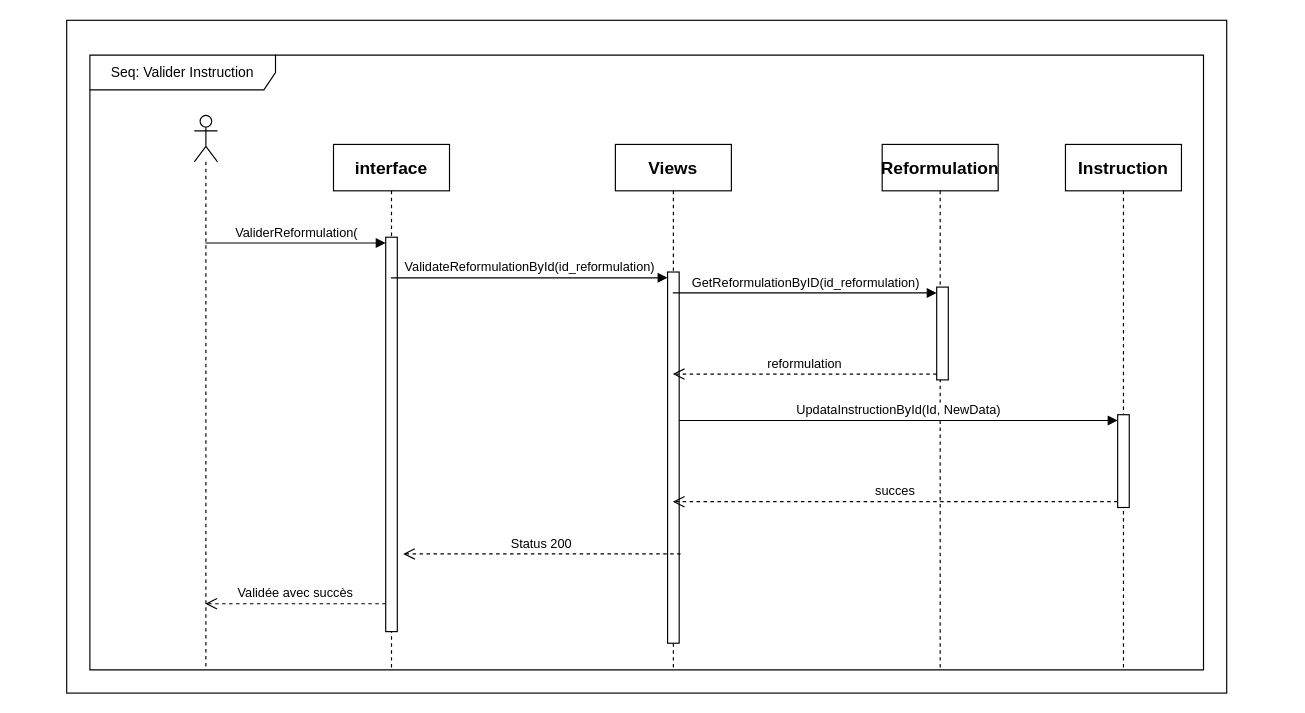
This is valider_reformulation.drawio from CabrelFeukeng/pp, a draw.io file, before an edit. Source tidied: cells renumbered, new cells numbered last; positions are measured from the earlier drawing's top-left corner, leaving out a move shared by most shapes. Both pictures are drawn from the tidied source at 116%, with x=0, y=0 at pixel (66, 20).
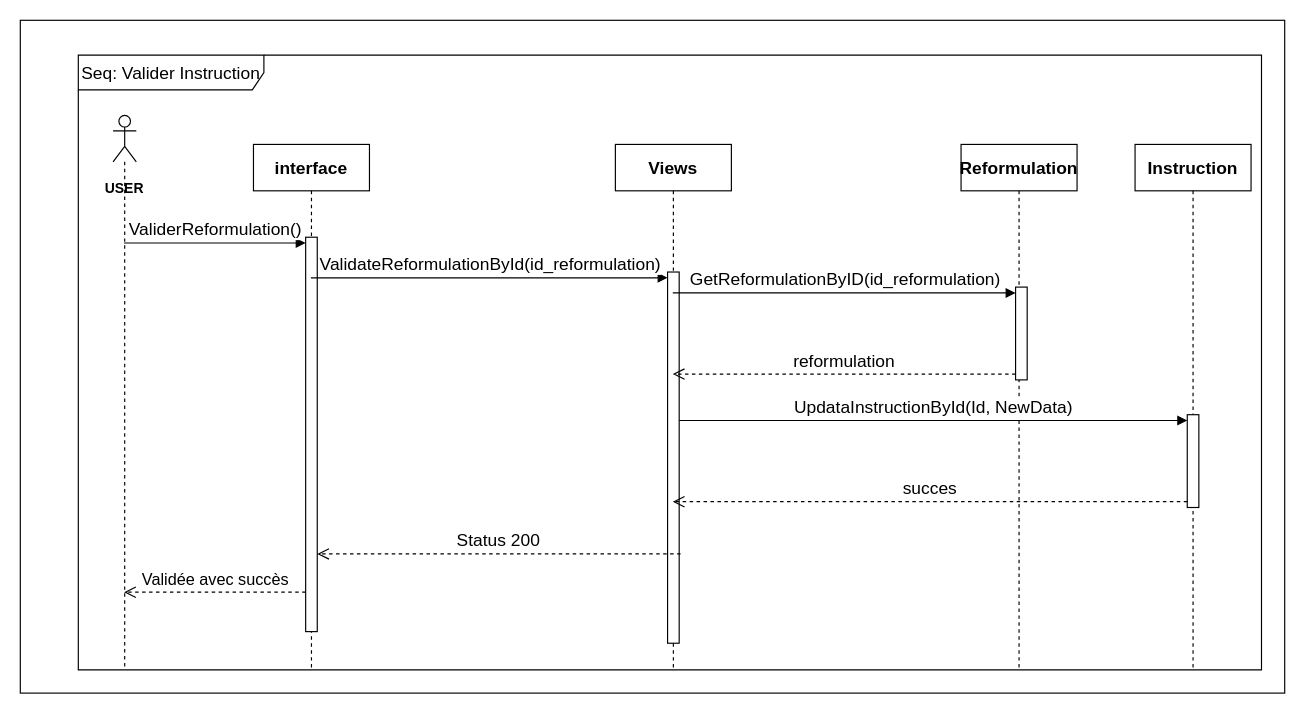
The same page after the edit.

Commit message:
Mettre à jour valider_reformulation.drawio

Unchanged cells that the change refers to:
```xml
<mxCell id="5" style="html=1;points=[[0,0,0,0,5],[0,1,0,0,-5],[1,0,0,0,5],[1,1,0,0,-5]];perimeter=orthogonalPerimeter;outlineConnect=0;targetShapes=umlLifeline;portConstraint=eastwest;newEdgeStyle={&quot;curved&quot;:0,&quot;rounded&quot;:0};" parent="4" vertex="1">
  <mxGeometry x="45" y="80" width="10" height="340" as="geometry" />
</mxCell>
<mxCell id="6" value="&lt;font style=&quot;font-size: 15px;&quot;&gt;&lt;b&gt;Views&lt;/b&gt;&lt;/font&gt;" style="shape=umlLifeline;perimeter=lifelinePerimeter;whiteSpace=wrap;html=1;outlineConnect=0;portConstraint=eastwest;newEdgeStyle={&quot;curved&quot;:0,&quot;rounded&quot;:0};" parent="1" vertex="1">
  <mxGeometry x="473" y="107" width="100" height="453" as="geometry" />
</mxCell>
<mxCell id="7" style="html=1;points=[[0,0,0,0,5],[0,1,0,0,-5],[1,0,0,0,5],[1,1,0,0,-5]];perimeter=orthogonalPerimeter;outlineConnect=0;targetShapes=umlLifeline;portConstraint=eastwest;newEdgeStyle={&quot;curved&quot;:0,&quot;rounded&quot;:0};" parent="6" vertex="1">
  <mxGeometry x="45" y="110" width="10" height="320" as="geometry" />
</mxCell>
<mxCell id="9" style="html=1;points=[[0,0,0,0,5],[0,1,0,0,-5],[1,0,0,0,5],[1,1,0,0,-5]];perimeter=orthogonalPerimeter;outlineConnect=0;targetShapes=umlLifeline;portConstraint=eastwest;newEdgeStyle={&quot;curved&quot;:0,&quot;rounded&quot;:0};" parent="8" vertex="1">
  <mxGeometry x="47" y="123" width="10" height="80" as="geometry" />
</mxCell>
<mxCell id="11" style="html=1;points=[[0,0,0,0,5],[0,1,0,0,-5],[1,0,0,0,5],[1,1,0,0,-5]];perimeter=orthogonalPerimeter;outlineConnect=0;targetShapes=umlLifeline;portConstraint=eastwest;newEdgeStyle={&quot;curved&quot;:0,&quot;rounded&quot;:0};" parent="10" vertex="1">
  <mxGeometry x="45" y="233" width="10" height="80" as="geometry" />
</mxCell>
```

The edit, as a diff of the source:
```diff
@@
     <mxCell id="2" style="rounded=0;whiteSpace=wrap;html=1;" parent="1" vertex="1">
-      <mxGeometry width="1000" height="580" as="geometry" />
+      <mxGeometry x="-40" width="1090" height="580" as="geometry" />
     </mxCell>
     <mxCell id="3" style="shape=umlLifeline;perimeter=lifelinePerimeter;whiteSpace=wrap;html=1;outlineConnect=0;portConstraint=eastwest;newEdgeStyle={&quot;curved&quot;:0,&quot;rounded&quot;:0};participant=umlActor;" parent="1" vertex="1">
-      <mxGeometry x="110" y="82" width="20" height="478" as="geometry" />
+      <mxGeometry x="40" y="82" width="20" height="478" as="geometry" />
     </mxCell>
     <mxCell id="4" value="&lt;b&gt;&lt;font style=&quot;font-size: 15px;&quot;&gt;interface&lt;/font&gt;&lt;/b&gt;" style="shape=umlLifeline;perimeter=lifelinePerimeter;whiteSpace=wrap;html=1;outlineConnect=0;portConstraint=eastwest;newEdgeStyle={&quot;curved&quot;:0,&quot;rounded&quot;:0};" parent="1" vertex="1">
-      <mxGeometry x="230" y="107" width="100" height="453" as="geometry" />
+      <mxGeometry x="161" y="107" width="100" height="453" as="geometry" />
     </mxCell>
@@
     <mxCell id="8" value="&lt;font style=&quot;font-size: 15px;&quot;&gt;&lt;b&gt;Reformulation&lt;/b&gt;&lt;/font&gt;" style="shape=umlLifeline;perimeter=lifelinePerimeter;whiteSpace=wrap;html=1;newEdgeStyle={&quot;curved&quot;:0,&quot;rounded&quot;:0};" parent="1" vertex="1">
-      <mxGeometry x="703" y="107" width="100" height="453" as="geometry" />
+      <mxGeometry x="771" y="107" width="100" height="453" as="geometry" />
     </mxCell>
@@
     <mxCell id="10" value="&lt;font style=&quot;font-size: 15px;&quot;&gt;&lt;b&gt;Instruction&lt;/b&gt;&lt;/font&gt;" style="shape=umlLifeline;perimeter=lifelinePerimeter;whiteSpace=wrap;html=1;newEdgeStyle={&quot;curved&quot;:0,&quot;rounded&quot;:0};" parent="1" vertex="1">
-      <mxGeometry x="861" y="107" width="100" height="453" as="geometry" />
+      <mxGeometry x="921" y="107" width="100" height="453" as="geometry" />
     </mxCell>
@@
-    <mxCell id="12" value="ValiderReformulation(" style="html=1;verticalAlign=bottom;endArrow=block;curved=0;rounded=0;entryX=0;entryY=0;entryDx=0;entryDy=5;" parent="1" edge="1" source="3" target="5">
+    <mxCell id="12" value="&lt;font style=&quot;font-size: 15px;&quot;&gt;ValiderReformulation()&lt;/font&gt;" style="html=1;verticalAlign=bottom;endArrow=block;curved=0;rounded=0;entryX=0;entryY=0;entryDx=0;entryDy=5;" parent="1" edge="1" source="3" target="5">
       <mxGeometry relative="1" as="geometry" />
     </mxCell>
-    <mxCell id="13" value="Validée avec succès" style="html=1;verticalAlign=bottom;endArrow=open;dashed=1;endSize=8;curved=0;rounded=0;exitX=0;exitY=1;exitDx=0;exitDy=-5;" parent="1" edge="1" target="3">
+    <mxCell id="13" value="&lt;font style=&quot;font-size: 14px;&quot;&gt;Validée avec succès&lt;/font&gt;" style="html=1;verticalAlign=bottom;endArrow=open;dashed=1;endSize=8;curved=0;rounded=0;" parent="1" edge="1">
       <mxGeometry relative="1" as="geometry">
-        <mxPoint x="275" y="503" as="sourcePoint" />
+        <mxPoint x="206" y="493" as="sourcePoint" />
+        <mxPoint x="49.5" y="493" as="targetPoint" />
       </mxGeometry>
     </mxCell>
-    <mxCell id="14" value="ValidateReformulationById(id_reformulation)" style="html=1;verticalAlign=bottom;endArrow=block;curved=0;rounded=0;entryX=0;entryY=0;entryDx=0;entryDy=5;" parent="1" edge="1" source="4" target="7">
+    <mxCell id="14" value="&lt;font style=&quot;font-size: 15px;&quot;&gt;ValidateReformulationById(id_reformulation)&lt;/font&gt;" style="html=1;verticalAlign=bottom;endArrow=block;curved=0;rounded=0;entryX=0;entryY=0;entryDx=0;entryDy=5;" parent="1" edge="1" source="4" target="7">
       <mxGeometry relative="1" as="geometry" />
     </mxCell>
-    <mxCell id="15" value="Status 200" style="html=1;verticalAlign=bottom;endArrow=open;dashed=1;endSize=8;curved=0;rounded=0;exitX=0;exitY=1;exitDx=0;exitDy=-5;" parent="1" edge="1">
+    <mxCell id="15" value="&lt;font style=&quot;font-size: 15px;&quot;&gt;Status 200&lt;/font&gt;" style="html=1;verticalAlign=bottom;endArrow=open;dashed=1;endSize=8;curved=0;rounded=0;exitX=0;exitY=1;exitDx=0;exitDy=-5;" parent="1" edge="1" target="5">
       <mxGeometry relative="1" as="geometry">
         <mxPoint x="529.2" y="460" as="sourcePoint" />
-        <mxPoint x="290" y="460" as="targetPoint" />
       </mxGeometry>
     </mxCell>
-    <mxCell id="16" value="GetReformulationByID(id_reformulation)" style="html=1;verticalAlign=bottom;endArrow=block;curved=0;rounded=0;entryX=0;entryY=0;entryDx=0;entryDy=5;" parent="1" edge="1" source="6" target="9">
+    <mxCell id="16" value="&lt;font style=&quot;font-size: 15px;&quot;&gt;GetReformulationByID(id_reformulation)&lt;/font&gt;" style="html=1;verticalAlign=bottom;endArrow=block;curved=0;rounded=0;entryX=0;entryY=0;entryDx=0;entryDy=5;" parent="1" edge="1" source="6" target="9">
       <mxGeometry relative="1" as="geometry" />
     </mxCell>
-    <mxCell id="17" value="reformulation" style="html=1;verticalAlign=bottom;endArrow=open;dashed=1;endSize=8;curved=0;rounded=0;exitX=0;exitY=1;exitDx=0;exitDy=-5;" parent="1" edge="1" source="9" target="6">
+    <mxCell id="17" value="&lt;font style=&quot;font-size: 15px;&quot;&gt;reformulation&lt;/font&gt;" style="html=1;verticalAlign=bottom;endArrow=open;dashed=1;endSize=8;curved=0;rounded=0;exitX=0;exitY=1;exitDx=0;exitDy=-5;" parent="1" edge="1" source="9" target="6">
       <mxGeometry relative="1" as="geometry" />
     </mxCell>
-    <mxCell id="18" value="UpdataInstructionById(Id, NewData)" style="html=1;verticalAlign=bottom;endArrow=block;curved=0;rounded=0;entryX=0;entryY=0;entryDx=0;entryDy=5;" parent="1" edge="1" source="7" target="11">
+    <mxCell id="18" value="&lt;font style=&quot;font-size: 15px;&quot;&gt;UpdataInstructionById(Id, NewData)&lt;/font&gt;" style="html=1;verticalAlign=bottom;endArrow=block;curved=0;rounded=0;entryX=0;entryY=0;entryDx=0;entryDy=5;" parent="1" edge="1" source="7" target="11">
       <mxGeometry relative="1" as="geometry" />
     </mxCell>
-    <mxCell id="19" value="succes" style="html=1;verticalAlign=bottom;endArrow=open;dashed=1;endSize=8;curved=0;rounded=0;exitX=0;exitY=1;exitDx=0;exitDy=-5;" parent="1" edge="1" source="11" target="6">
+    <mxCell id="19" value="&lt;font style=&quot;font-size: 15px;&quot;&gt;succes&lt;/font&gt;" style="html=1;verticalAlign=bottom;endArrow=open;dashed=1;endSize=8;curved=0;rounded=0;exitX=0;exitY=1;exitDx=0;exitDy=-5;" parent="1" edge="1" source="11" target="6">
       <mxGeometry relative="1" as="geometry" />
     </mxCell>
-    <mxCell id="20" value="Seq: Valider Instruction" style="shape=umlFrame;whiteSpace=wrap;html=1;width=160;" parent="1" vertex="1">
-      <mxGeometry x="20" y="30" width="960" height="530" as="geometry" />
+    <mxCell id="20" value="&lt;font style=&quot;font-size: 15px;&quot;&gt;Seq: Valider Instruction&lt;/font&gt;" style="shape=umlFrame;whiteSpace=wrap;html=1;width=160;" parent="1" vertex="1">
+      <mxGeometry x="10" y="30" width="1020" height="530" as="geometry" />
     </mxCell>
+    <mxCell id="21" value="&lt;b&gt;USER&lt;/b&gt;" style="text;html=1;align=center;verticalAlign=middle;whiteSpace=wrap;rounded=0;" parent="1" vertex="1">
+      <mxGeometry x="20" y="130" width="60" height="30" as="geometry" />
+    </mxCell>
```
